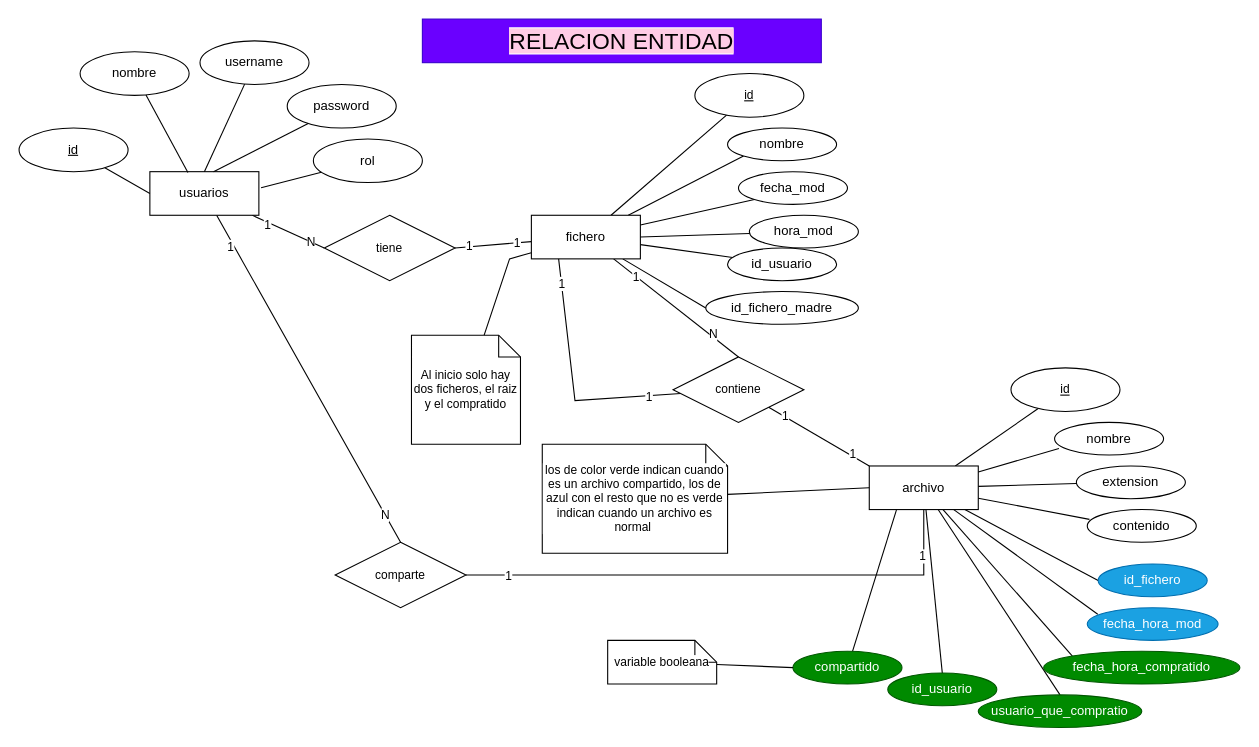
Before: EntidadRelacion.drawio in EilerGomez/GraFiles_2P_MIA_2S_2024, a draw.io diagram. Source tidied: cells renumbered, new cells numbered last; positions are measured from the earlier drawing's top-left corner, leaving out a move shared by most shapes. Both pictures are drawn from the tidied source at 109%, with x=0, y=0 at pixel (19, 19).
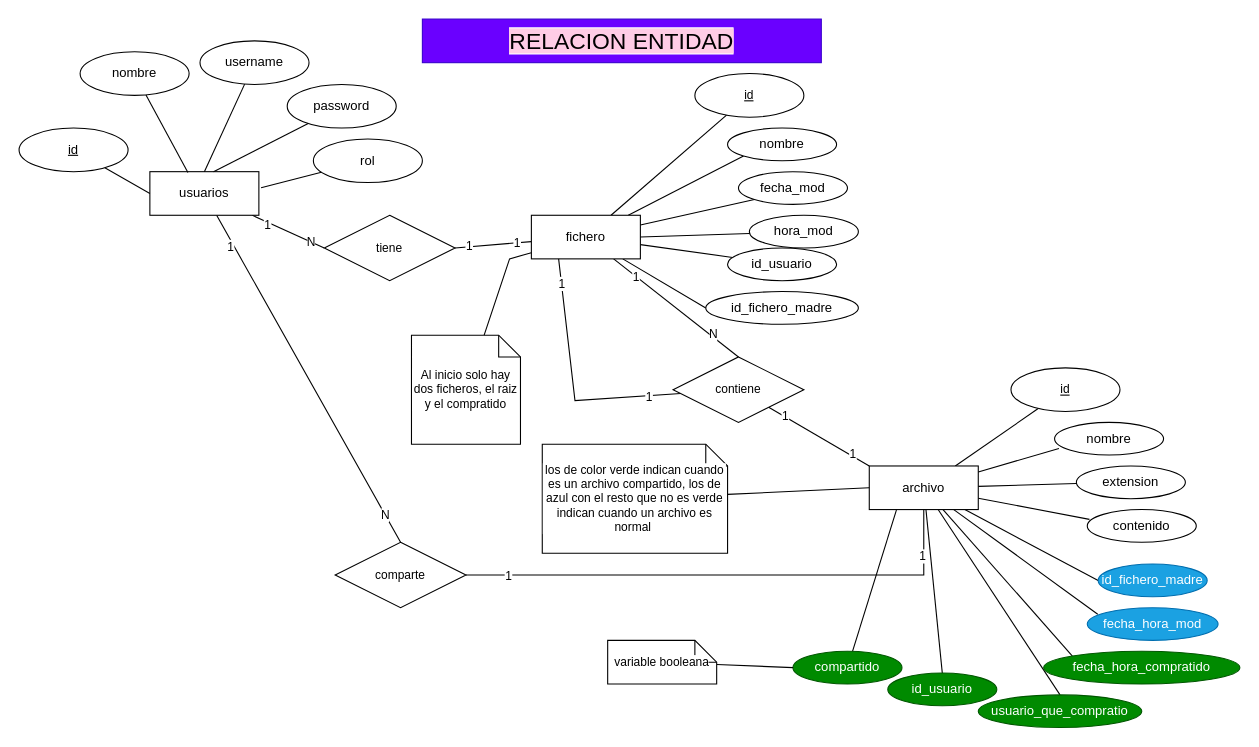
The same diagram, later.

The edit, as a diff of the source:
```diff
@@
-    <mxCell id="46" value="id_fichero" style="ellipse;whiteSpace=wrap;html=1;align=center;fillColor=#1ba1e2;fontColor=#ffffff;strokeColor=#006EAF;" parent="1" vertex="1">
+    <mxCell id="46" value="id_fichero_madre" style="ellipse;whiteSpace=wrap;html=1;align=center;fillColor=#1ba1e2;fontColor=#ffffff;strokeColor=#006EAF;" parent="1" vertex="1">
       <mxGeometry x="990" y="500" width="100" height="30" as="geometry" />
     </mxCell>
```
